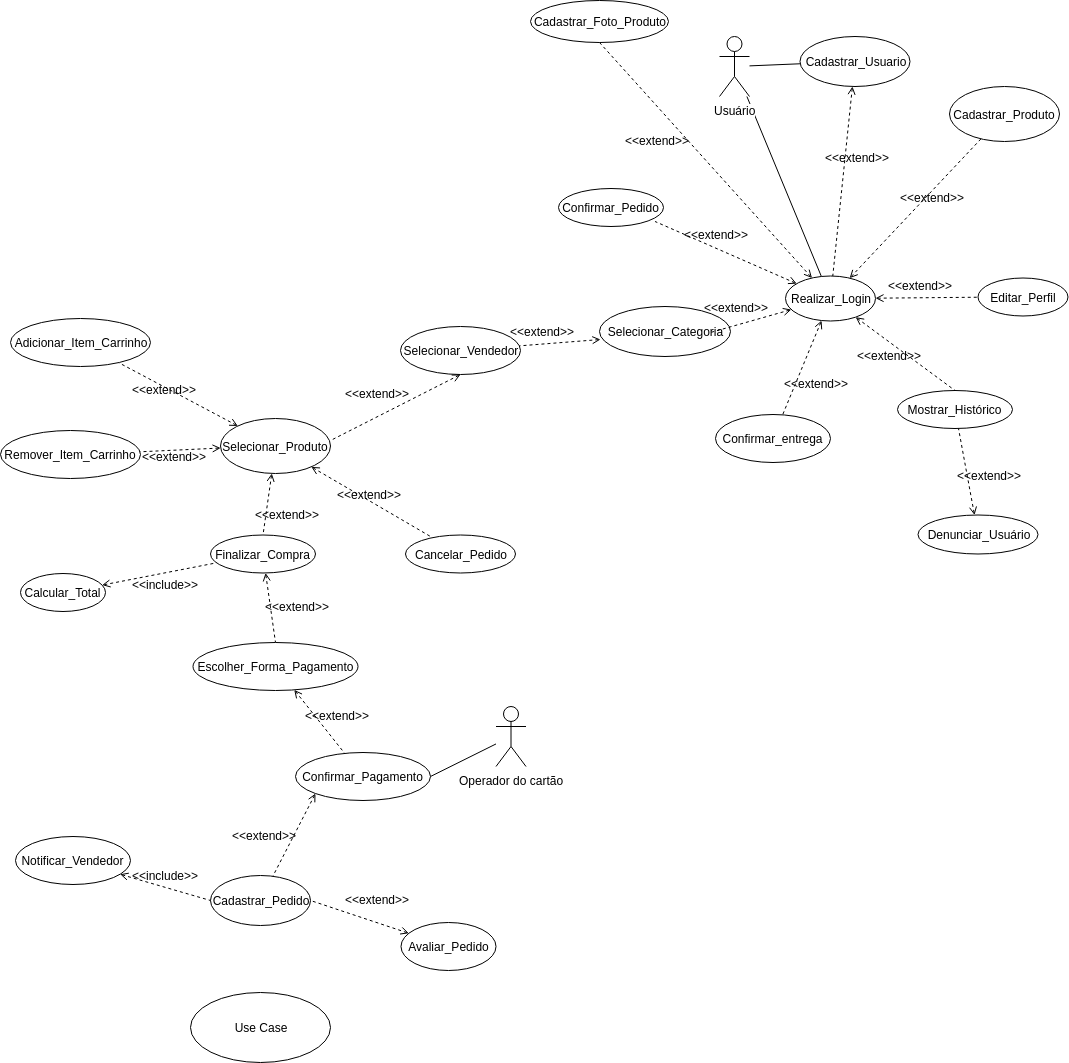
Before: doc/diagramas/Diagrama_Caso_De_Uso.png, a diagram exported from draw.io (ViniPessoa8/Jorjan). Source tidied: cells renumbered, new cells last; positions are measured from the earlier drawing's top-left corner, leaving out a move shared by most shapes.
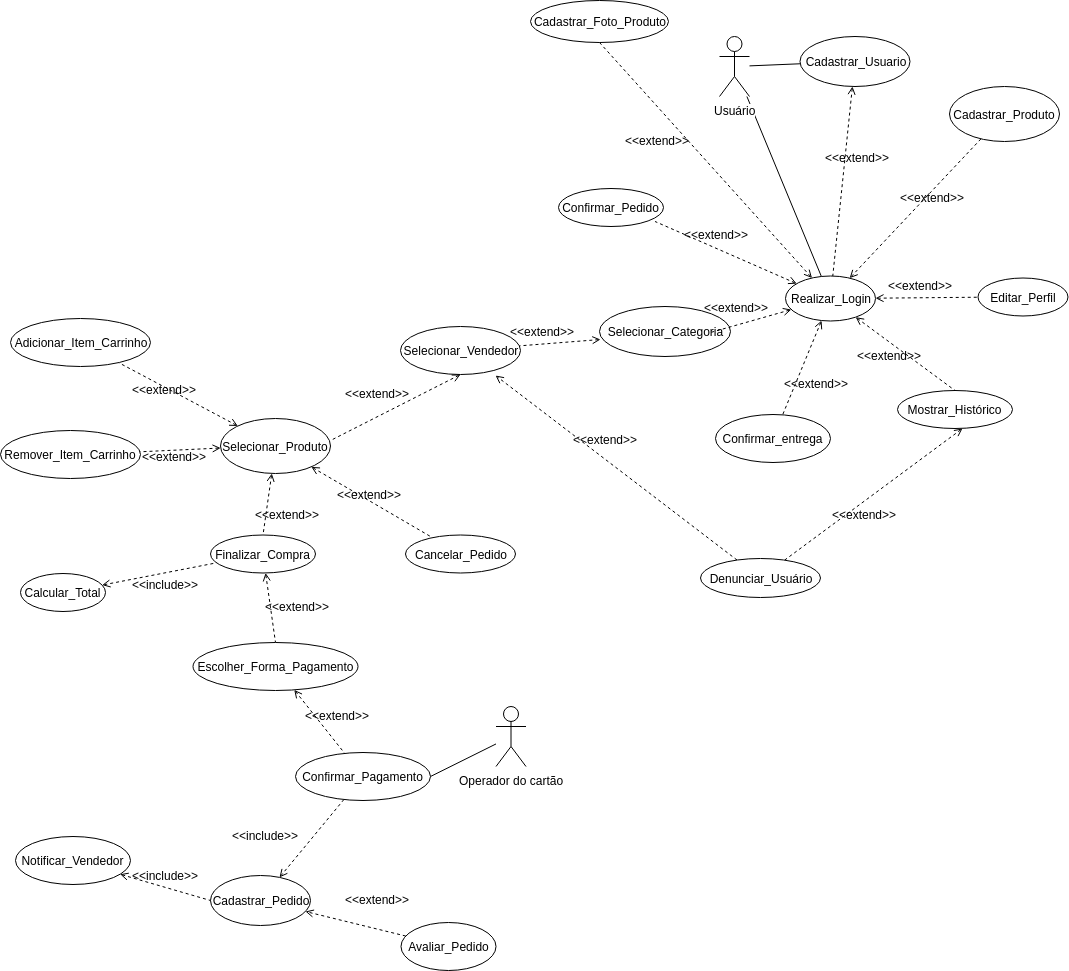
Later version of the same file.

Commit message:
atualização caso de uso

The edit, as a diff of the source:
```diff
@@ -82,12 +82,12 @@
     <mxCell id="27" style="edgeStyle=none;rounded=0;jettySize=auto;html=1;dashed=1;startArrow=open;startFill=0;endArrow=none;endFill=0;" parent="1" edge="1" source="29" target="30">
       <mxGeometry relative="1" as="geometry" />
     </mxCell>
+    <mxCell id="29" value="Escolher_Forma_Pagamento" style="ellipse;whiteSpace=wrap;html=1;" parent="1" vertex="1">
+      <mxGeometry x="192.5" y="642" width="165" height="48" as="geometry" />
+    </mxCell>
-    <mxCell id="28" style="edgeStyle=none;rounded=0;jettySize=auto;html=1;dashed=1;startArrow=open;startFill=0;endArrow=none;endFill=0;exitX=0;exitY=1;exitDx=0;exitDy=0;" parent="1" edge="1" source="30" target="10">
+    <mxCell id="28" style="edgeStyle=none;rounded=0;jettySize=auto;html=1;dashed=1;endArrow=open;endFill=0;" parent="1" edge="1" source="30" target="10">
       <mxGeometry relative="1" as="geometry" />
     </mxCell>
-    <mxCell id="29" value="Escolher_Forma_Pagamento" style="ellipse;whiteSpace=wrap;html=1;" parent="1" vertex="1">
-      <mxGeometry x="192.5" y="642" width="165" height="48" as="geometry" />
-    </mxCell>
     <mxCell id="30" value="Confirmar_Pagamento" style="ellipse;whiteSpace=wrap;html=1;" parent="1" vertex="1">
       <mxGeometry x="295" y="752" width="135" height="48" as="geometry" />
     </mxCell>
@@ -100,7 +100,7 @@
     <mxCell id="33" value="Notificar_Vendedor" style="ellipse;whiteSpace=wrap;html=1;" parent="1" vertex="1">
       <mxGeometry x="15" y="836" width="115" height="48" as="geometry" />
     </mxCell>
-    <mxCell id="34" style="edgeStyle=none;rounded=0;jettySize=auto;html=1;entryX=1;entryY=0.5;entryDx=0;entryDy=0;dashed=1;startArrow=open;startFill=0;endArrow=none;endFill=0;" parent="1" edge="1" source="35" target="10">
+    <mxCell id="34" style="edgeStyle=none;rounded=0;jettySize=auto;html=1;dashed=1;endArrow=open;endFill=0;" parent="1" edge="1" source="35" target="10">
       <mxGeometry relative="1" as="geometry" />
     </mxCell>
     <mxCell id="35" value="Avaliar_Pedido" style="ellipse;whiteSpace=wrap;html=1;" parent="1" vertex="1">
@@ -115,11 +115,14 @@
     <mxCell id="38" value="Editar_Perfil" style="ellipse;whiteSpace=wrap;html=1;" parent="1" vertex="1">
       <mxGeometry x="977.5" y="277.5" width="90" height="38" as="geometry" />
     </mxCell>
-    <mxCell id="39" style="edgeStyle=none;rounded=0;jettySize=auto;html=1;dashed=1;startArrow=open;startFill=0;endArrow=none;endFill=0;" parent="1" edge="1" source="40" target="36">
+    <mxCell id="39" style="rounded=0;jettySize=auto;html=1;entryX=0.565;entryY=1;entryDx=0;entryDy=0;entryPerimeter=0;dashed=1;endArrow=open;endFill=0;" parent="1" edge="1" source="40" target="36">
       <mxGeometry relative="1" as="geometry" />
     </mxCell>
+    <mxCell id="72" style="edgeStyle=none;rounded=0;jettySize=auto;html=1;entryX=0.792;entryY=1.021;entryDx=0;entryDy=0;entryPerimeter=0;dashed=1;endArrow=open;endFill=0;" parent="1" edge="1" source="40" target="12">
+      <mxGeometry relative="1" as="geometry" />
+    </mxCell>
     <mxCell id="40" value="Denunciar_Usuário" style="ellipse;whiteSpace=wrap;html=1;" parent="1" vertex="1">
-      <mxGeometry x="917.5" y="514.5" width="120" height="39" as="geometry" />
+      <mxGeometry x="700" y="558" width="120" height="39" as="geometry" />
     </mxCell>
     <mxCell id="41" value="Cancelar_Pedido" style="ellipse;whiteSpace=wrap;html=1;" parent="1" vertex="1">
       <mxGeometry x="405" y="534.5" width="110" height="38" as="geometry" />
@@ -151,7 +154,7 @@
       <mxGeometry x="785" y="275.5" width="90" height="45" as="geometry" />
     </mxCell>
     <mxCell id="50" value="&amp;lt;&amp;lt;extend&amp;gt;&amp;gt;" style="text;html=1;align=left;verticalAlign=top;spacingTop=-4;" parent="1" vertex="1">
-      <mxGeometry x="955" y="466" width="80" height="20" as="geometry" />
+      <mxGeometry x="829.5" y="505" width="80" height="20" as="geometry" />
     </mxCell>
     <mxCell id="51" value="&amp;lt;&amp;lt;include&amp;gt;&amp;gt;" style="text;html=1;align=left;verticalAlign=top;spacingTop=-4;" parent="1" vertex="1">
       <mxGeometry x="130" y="575" width="80" height="20" as="geometry" />
@@ -201,7 +204,7 @@
     <mxCell id="66" value="&amp;lt;&amp;lt;extend&amp;gt;&amp;gt;" style="text;html=1;align=left;verticalAlign=top;spacingTop=-4;" parent="1" vertex="1">
       <mxGeometry x="262.5" y="597" width="80" height="20" as="geometry" />
     </mxCell>
-    <mxCell id="67" value="&amp;lt;&amp;lt;extend&amp;gt;&amp;gt;" style="text;html=1;align=left;verticalAlign=top;spacingTop=-4;" parent="1" vertex="1">
+    <mxCell id="67" value="&amp;lt;&amp;lt;include&amp;gt;&amp;gt;" style="text;html=1;align=left;verticalAlign=top;spacingTop=-4;" parent="1" vertex="1">
       <mxGeometry x="230" y="826" width="80" height="20" as="geometry" />
     </mxCell>
     <mxCell id="68" value="&amp;lt;&amp;lt;extend&amp;gt;&amp;gt;" style="text;html=1;align=left;verticalAlign=top;spacingTop=-4;" parent="1" vertex="1">
@@ -213,8 +216,8 @@
     <mxCell id="70" value="&amp;lt;&amp;lt;extend&amp;gt;&amp;gt;" style="text;html=1;align=left;verticalAlign=top;spacingTop=-4;" parent="1" vertex="1">
       <mxGeometry x="342.5" y="890" width="80" height="20" as="geometry" />
     </mxCell>
-    <mxCell id="71" value="Use Case" style="ellipse;whiteSpace=wrap;html=1;" parent="1" vertex="1">
-      <mxGeometry x="190" y="992" width="140" height="70" as="geometry" />
-    </mxCell>
+    <mxCell id="73" value="&amp;lt;&amp;lt;extend&amp;gt;&amp;gt;" style="text;html=1;align=left;verticalAlign=top;spacingTop=-4;" parent="1" vertex="1">
+      <mxGeometry x="570.5" y="430" width="80" height="20" as="geometry" />
+    </mxCell>
   </root>
 </mxGraphModel>
```
